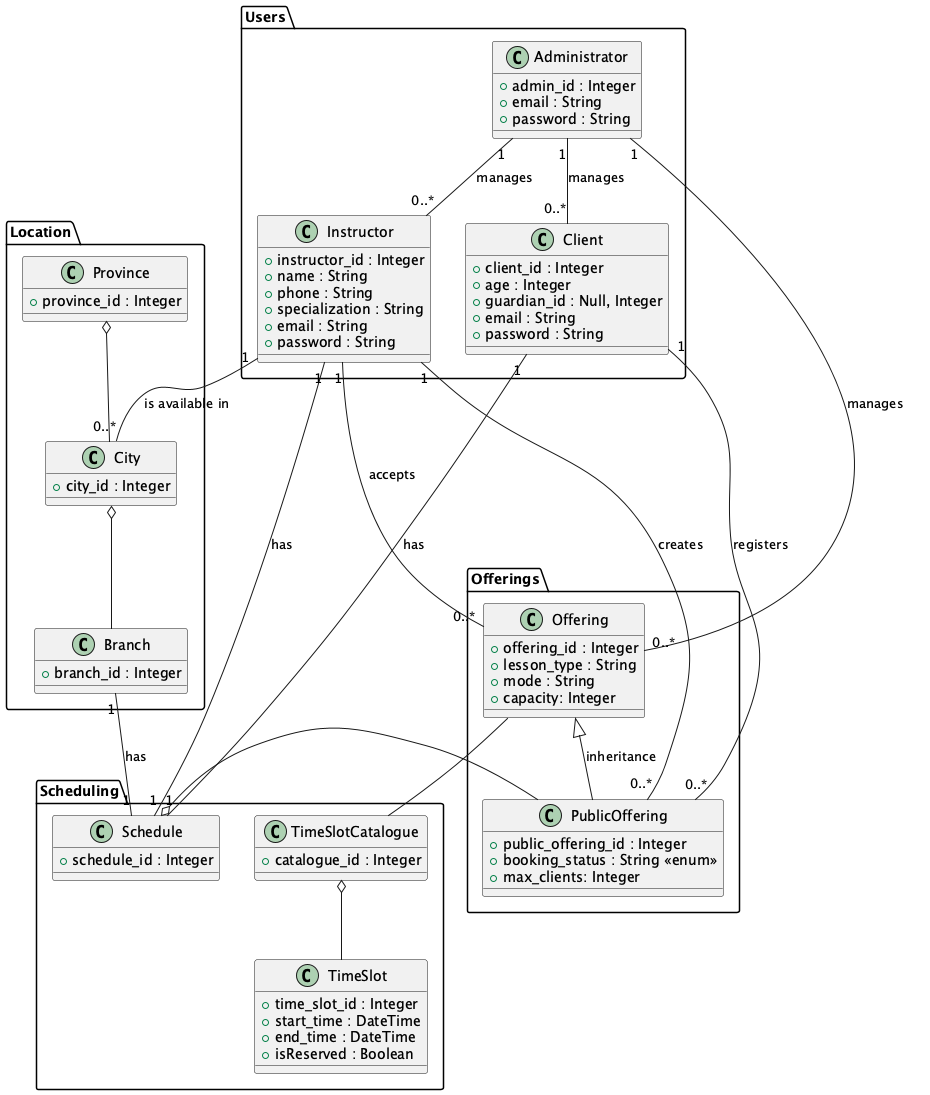
vibqetowi/soen-342-project keeps this PlantUML diagram as UML-Diagrams/Package-Diagram.png. Above is the earlier version.
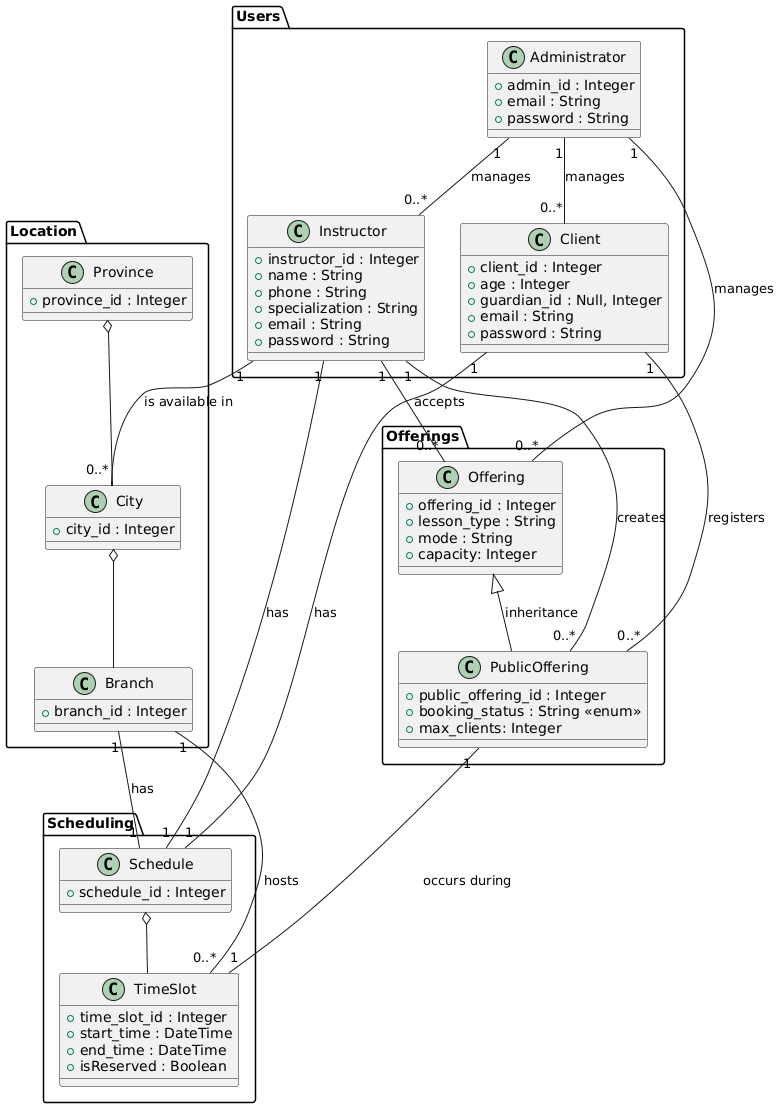
The same diagram one commit later.

Commit message:
improved UML, started implementation

Change to the diagram source:
```diff
@@ -25,9 +25,6 @@
         +isReserved : Boolean
     }
 
-    class TimeSlotCatalogue {
-        +catalogue_id : Integer
-    }
 }
 
 package "Users" {
@@ -72,8 +69,7 @@
 
 Province o-- City
 City o-- Branch
-Schedule o-- PublicOffering
-TimeSlotCatalogue o-- TimeSlot
+Schedule o-- TimeSlot
 
 Instructor "1" -- "0..*" City : is available in
 Instructor "1" -- "0..*" Offering : accepts
@@ -82,12 +78,11 @@
 Administrator "1" -- "0..*" Offering : manages
 Administrator "1" -- "0..*" Instructor : manages
 Administrator "1" -- "0..*" Client : manages
-Offering  -- TimeSlotCatalogue
 Instructor "1" -- "1" Schedule : has
 Client "1" -- "1" Schedule : has
 Branch "1" -- "1" Schedule : has
+Branch "1" -- "0..*" TimeSlot : hosts
+PublicOffering "1" -- "1" TimeSlot : occurs during
 
 Offering <|-- PublicOffering : inheritance
-
-
 @enduml
```
